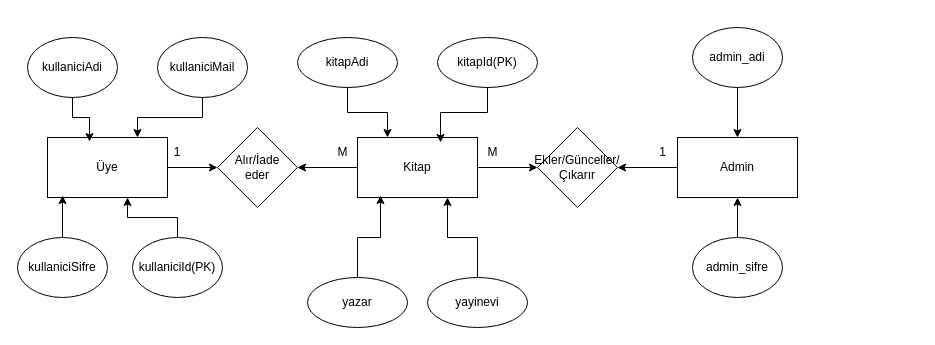
The draw.io diagram ER ilişkisi.drawio in Halilkaya734TR/Library, before the edit. Source tidied: cells renumbered, new cells numbered last; positions are measured from the earlier drawing's top-left corner, leaving out a move shared by most shapes. Both pictures are drawn from the tidied source at 100%, with x=0, y=0 at pixel (17, 27).
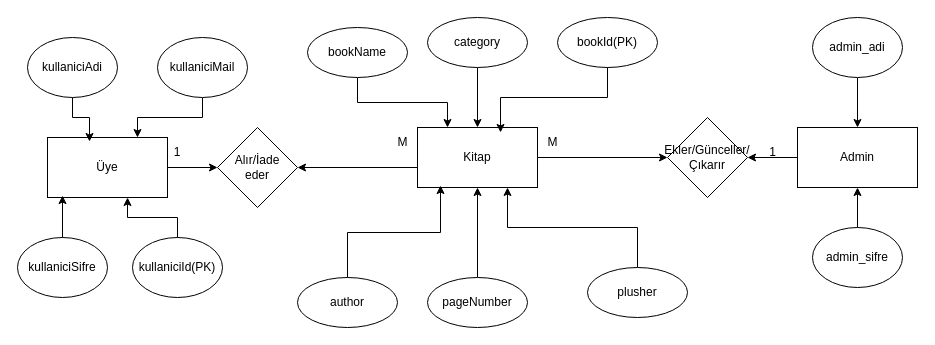
The same page after the edit.

Commit message (it also covers changes not shown here):
fix:ER ilişkisi daha güzel hale getirildi!

The change refers to these unchanged cells:
```xml
<mxCell id="10" value="Alır/İade&lt;div&gt;eder&lt;/div&gt;" style="rhombus;whiteSpace=wrap;html=1;" parent="1" vertex="1">
  <mxGeometry x="200" y="100" width="80" height="80" as="geometry" />
</mxCell>
```

What changed in the source:
```diff
@@
-    <mxCell id="3" style="edgeStyle=orthogonalEdgeStyle;rounded=0;jettySize=auto;html=1;exitX=0;exitY=0.5;exitDx=0;exitDy=0;entryX=1;entryY=0.5;entryDx=0;entryDy=0;" parent="1" edge="1" source="4" target="10">
-      <mxGeometry relative="1" as="geometry" />
+    <mxCell id="3" style="edgeStyle=orthogonalEdgeStyle;rounded=0;jettySize=auto;html=1;exitX=0;exitY=0.5;exitDx=0;exitDy=0;" parent="1" edge="1" source="4" target="10">
+      <mxGeometry relative="1" as="geometry">
+        <Array as="points">
+          <mxPoint x="400" y="140" />
+        </Array>
+      </mxGeometry>
     </mxCell>
     <mxCell id="4" value="Kitap" style="rounded=0;whiteSpace=wrap;html=1;" parent="1" vertex="1">
-      <mxGeometry x="340" y="110" width="120" height="60" as="geometry" />
+      <mxGeometry x="400" y="100" width="120" height="60" as="geometry" />
     </mxCell>
@@
-    <mxCell id="7" style="edgeStyle=orthogonalEdgeStyle;rounded=0;jettySize=auto;html=1;" parent="1" edge="1" source="8" target="9">
-      <mxGeometry relative="1" as="geometry" />
+    <mxCell id="7" style="edgeStyle=orthogonalEdgeStyle;rounded=0;jettySize=auto;html=1;" parent="1" edge="1" source="8">
+      <mxGeometry relative="1" as="geometry">
+        <mxPoint x="730" y="130" as="targetPoint" />
+      </mxGeometry>
     </mxCell>
     <mxCell id="8" value="Admin" style="rounded=0;whiteSpace=wrap;html=1;" parent="1" vertex="1">
-      <mxGeometry x="660" y="110" width="120" height="60" as="geometry" />
+      <mxGeometry x="780" y="100" width="120" height="60" as="geometry" />
     </mxCell>
     <mxCell id="9" value="Ekler/Günceller/&lt;div&gt;Çıkarır&lt;/div&gt;" style="rhombus;whiteSpace=wrap;html=1;" parent="1" vertex="1">
-      <mxGeometry x="520" y="100" width="80" height="80" as="geometry" />
+      <mxGeometry x="650" y="90" width="80" height="80" as="geometry" />
     </mxCell>
@@
     <mxCell id="12" value="M" style="text;html=1;align=center;verticalAlign=middle;strokeColor=none;fillColor=none;" parent="1" vertex="1">
-      <mxGeometry x="310" y="110" width="30" height="30" as="geometry" />
+      <mxGeometry x="370" y="100" width="30" height="30" as="geometry" />
     </mxCell>
     <mxCell id="13" value="M" style="text;html=1;align=center;verticalAlign=middle;strokeColor=none;fillColor=none;" parent="1" vertex="1">
-      <mxGeometry x="460" y="110" width="30" height="30" as="geometry" />
+      <mxGeometry x="520" y="100" width="30" height="30" as="geometry" />
     </mxCell>
     <mxCell id="14" value="1" style="text;html=1;align=center;verticalAlign=middle;strokeColor=none;fillColor=none;" parent="1" vertex="1">
-      <mxGeometry x="630" y="110" width="30" height="30" as="geometry" />
+      <mxGeometry x="740" y="110" width="30" height="30" as="geometry" />
     </mxCell>
@@
     <mxCell id="20" value="admin_sifre" style="ellipse;whiteSpace=wrap;html=1;" parent="1" vertex="1">
-      <mxGeometry x="675" y="210" width="90" height="60" as="geometry" />
+      <mxGeometry x="795" y="200" width="90" height="60" as="geometry" />
     </mxCell>
@@
     <mxCell id="22" value="admin_adi" style="ellipse;whiteSpace=wrap;html=1;" parent="1" vertex="1">
-      <mxGeometry x="675" width="90" height="60" as="geometry" />
+      <mxGeometry x="795" y="-10" width="90" height="60" as="geometry" />
     </mxCell>
@@
-    <mxCell id="25" value="kitapAdi" style="ellipse;whiteSpace=wrap;html=1;" parent="1" vertex="1">
-      <mxGeometry x="280" y="10" width="100" height="50" as="geometry" />
+    <mxCell id="25" value="bookName" style="ellipse;whiteSpace=wrap;html=1;" parent="1" vertex="1">
+      <mxGeometry x="290" width="100" height="50" as="geometry" />
     </mxCell>
-    <mxCell id="26" value="yazar" style="ellipse;whiteSpace=wrap;html=1;" parent="1" vertex="1">
-      <mxGeometry x="290" y="250" width="100" height="50" as="geometry" />
+    <mxCell id="26" value="author" style="ellipse;whiteSpace=wrap;html=1;" parent="1" vertex="1">
+      <mxGeometry x="280" y="250" width="100" height="50" as="geometry" />
     </mxCell>
@@
-    <mxCell id="30" value="kitapId(PK)" style="ellipse;whiteSpace=wrap;html=1;" parent="1" vertex="1">
-      <mxGeometry x="420" y="10" width="100" height="50" as="geometry" />
+    <mxCell id="30" value="bookId(PK)" style="ellipse;whiteSpace=wrap;html=1;" parent="1" vertex="1">
+      <mxGeometry x="540" y="-10" width="100" height="50" as="geometry" />
     </mxCell>
@@
-    <mxCell id="32" value="yayinevi" style="ellipse;whiteSpace=wrap;html=1;" parent="1" vertex="1">
-      <mxGeometry x="410" y="250" width="100" height="50" as="geometry" />
+    <mxCell id="32" value="plusher" style="ellipse;whiteSpace=wrap;html=1;" parent="1" vertex="1">
+      <mxGeometry x="570" y="240" width="100" height="50" as="geometry" />
     </mxCell>
@@
+    <mxCell id="35" style="edgeStyle=orthogonalEdgeStyle;rounded=0;jettySize=auto;html=1;entryX=0.5;entryY=0;entryDx=0;entryDy=0;" parent="1" edge="1" source="36" target="4">
+      <mxGeometry relative="1" as="geometry" />
+    </mxCell>
+    <mxCell id="36" value="category" style="ellipse;whiteSpace=wrap;html=1;" parent="1" vertex="1">
+      <mxGeometry x="410" y="-10" width="100" height="50" as="geometry" />
+    </mxCell>
+    <mxCell id="37" style="edgeStyle=orthogonalEdgeStyle;rounded=0;jettySize=auto;html=1;exitX=0.5;exitY=0;exitDx=0;exitDy=0;entryX=0.5;entryY=1;entryDx=0;entryDy=0;" parent="1" edge="1" source="38" target="4">
+      <mxGeometry relative="1" as="geometry" />
+    </mxCell>
+    <mxCell id="38" value="pageNumber" style="ellipse;whiteSpace=wrap;html=1;" parent="1" vertex="1">
+      <mxGeometry x="410" y="250" width="100" height="50" as="geometry" />
+    </mxCell>
```
